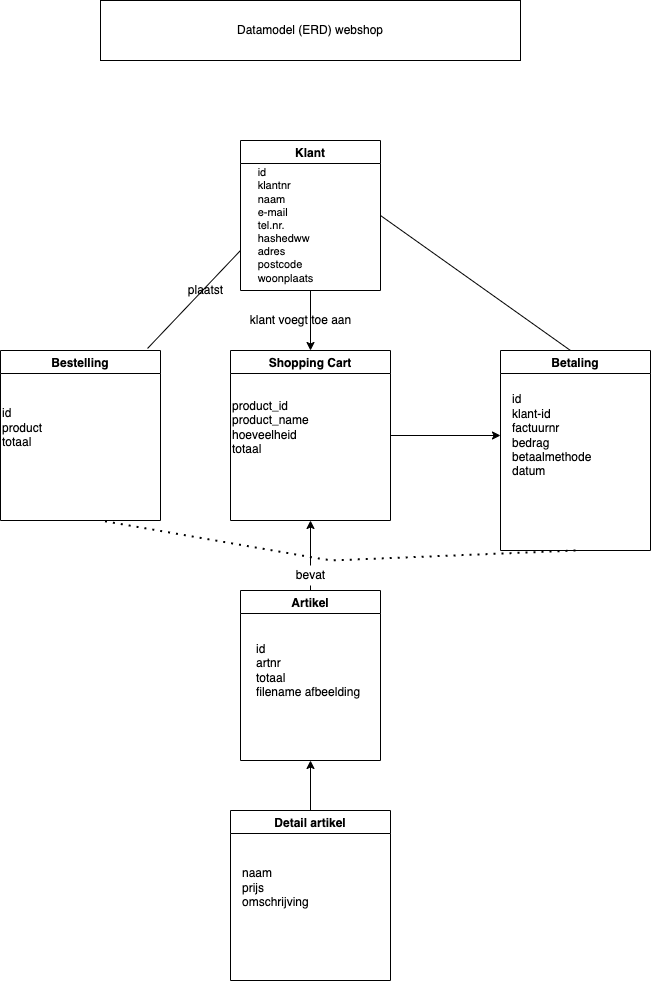
This is Diagrams/ERD_webshop.drawio.png from koenti91/educom-webshop-database, a draw.io export, as it was before one commit. Source tidied: cells renumbered, new cells last; positions are measured from the earlier drawing's top-left corner, leaving out a move shared by most shapes.
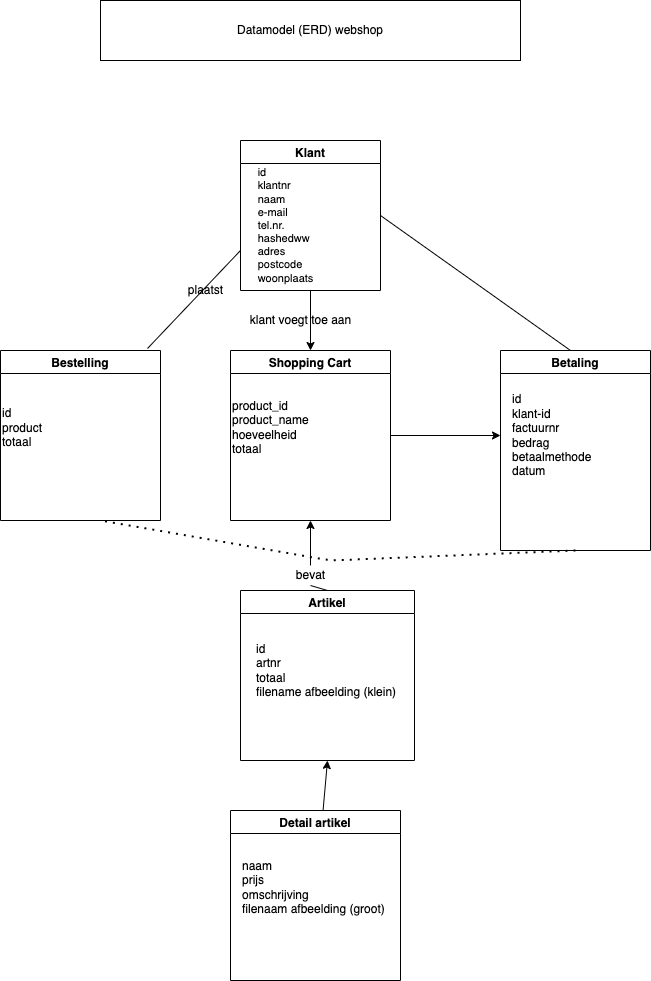
The same diagram one commit later.

Diff of the diagram source:
```diff
@@ -23,16 +23,16 @@
       <mxGeometry x="10" y="40" width="90" height="90" as="geometry" />
     </mxCell>
     <mxCell id="8" value="Artikel" style="swimlane;" parent="1" vertex="1">
-      <mxGeometry x="240" y="590" width="140" height="170" as="geometry" />
+      <mxGeometry x="240" y="590" width="174" height="170" as="geometry" />
     </mxCell>
-    <mxCell id="9" value="id&lt;br&gt;artnr&lt;br&gt;totaal&lt;br&gt;filename afbeelding" style="text;html=1;align=left;verticalAlign=middle;strokeColor=none;fillColor=none;" parent="8" vertex="1">
-      <mxGeometry x="14" y="50" width="120" height="60" as="geometry" />
+    <mxCell id="9" value="id&lt;br&gt;artnr&lt;br&gt;totaal&lt;br&gt;filename afbeelding (klein)" style="text;html=1;align=left;verticalAlign=middle;strokeColor=none;fillColor=none;" parent="8" vertex="1">
+      <mxGeometry x="14" y="50" width="160" height="60" as="geometry" />
     </mxCell>
     <mxCell id="10" value="Detail artikel" style="swimlane;" parent="1" vertex="1">
-      <mxGeometry x="230" y="810" width="160" height="170" as="geometry" />
+      <mxGeometry x="230" y="810" width="170" height="170" as="geometry" />
     </mxCell>
-    <mxCell id="11" value="&lt;br&gt;naam&lt;br&gt;prijs&lt;br&gt;omschrijving" style="text;html=1;align=left;verticalAlign=middle;strokeColor=none;fillColor=none;" parent="10" vertex="1">
-      <mxGeometry x="10" y="40" width="80" height="60" as="geometry" />
+    <mxCell id="11" value="&lt;br&gt;naam&lt;br&gt;prijs&lt;br&gt;omschrijving&lt;br&gt;filenaam afbeelding (groot)" style="text;html=1;align=left;verticalAlign=middle;strokeColor=none;fillColor=none;" parent="10" vertex="1">
+      <mxGeometry x="10" y="30" width="160" height="80" as="geometry" />
     </mxCell>
     <mxCell id="12" value="Shopping Cart" style="swimlane;" parent="1" vertex="1">
       <mxGeometry x="230" y="350" width="160" height="170" as="geometry" />
```
